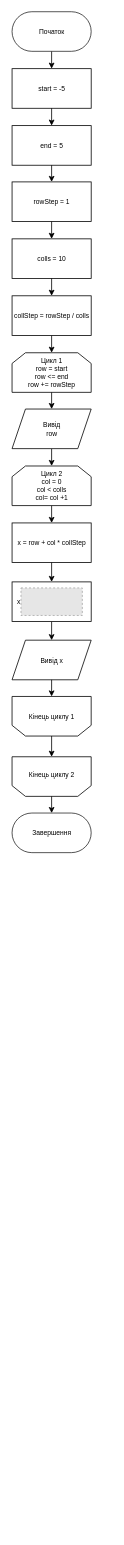
Before: Lab5/Блок-схема (завдання 5).drawio in Andrey-SD/MA-24, a draw.io diagram. Source tidied: cells renumbered, new cells numbered last; positions are measured from the earlier drawing's top-left corner, leaving out a move shared by most shapes. Both pictures are drawn from the tidied source at 67%, with x=0, y=0 at pixel (11, 11). Pictures stored in the file or linked from it are replaced by grey dashed boxes.
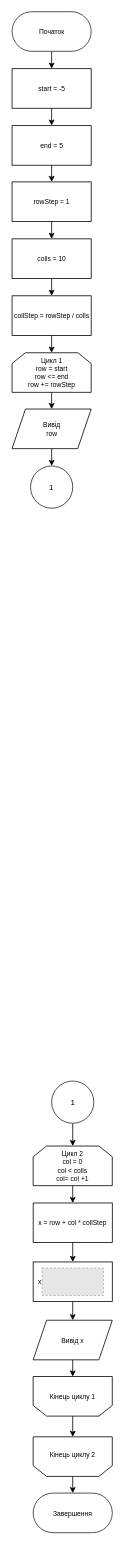
After the change.

The change refers to these unchanged cells:
```xml
<mxCell id="33" value="Вивід&lt;div&gt;&lt;span style=&quot;background-color: initial;&quot;&gt;row&lt;/span&gt;&lt;/div&gt;" style="shape=parallelogram;perimeter=parallelogramPerimeter;whiteSpace=wrap;html=1;fixedSize=1;strokeWidth=1.1810999999999998;strokeColor=#000000;fontSize=10;" parent="1" vertex="1">
  <mxGeometry x="0.5" y="593" width="118.1" height="59.1" as="geometry" />
</mxCell>
```

Change to the diagram source:
```diff
@@
     <mxCell id="4" value="Вивід x" style="shape=parallelogram;perimeter=parallelogramPerimeter;whiteSpace=wrap;html=1;fixedSize=1;strokeWidth=1.1810999999999998;strokeColor=#000000;fontSize=10;" parent="1" vertex="1">
-      <mxGeometry x="0.5" y="938" width="118.1" height="59.1" as="geometry" />
+      <mxGeometry x="32" y="1953" width="118.1" height="59.1" as="geometry" />
     </mxCell>
@@
-    <mxCell id="7" style="endArrow=classic;html=1;rounded=0;strokeWidth=1.1810999999999998;strokeColor=#000000;fontSize=10;" parent="1" edge="1" source="33" target="21">
-      <mxGeometry relative="1" as="geometry" />
+    <mxCell id="7" style="endArrow=classic;html=1;rounded=0;strokeWidth=1.1810999999999998;strokeColor=#000000;fontSize=10;" parent="1" edge="1" source="33">
+      <mxGeometry relative="1" as="geometry">
+        <mxPoint x="59.6" y="678" as="targetPoint" />
+      </mxGeometry>
     </mxCell>
@@
     <mxCell id="17" style="group;" parent="1" vertex="1">
-      <mxGeometry x="0.5" y="1022" width="118.1" height="59.1" as="geometry" />
+      <mxGeometry x="32" y="2037" width="118.1" height="59.1" as="geometry" />
     </mxCell>
@@
     <mxCell id="21" value="Цикл 2&lt;div&gt;col = 0&lt;/div&gt;&lt;div&gt;col &amp;lt; colls&lt;br&gt;&lt;/div&gt;&lt;div&gt;col= col +1&lt;br&gt;&lt;/div&gt;" style="shape=loopLimit;whiteSpace=wrap;html=1;strokeWidth=1.1810999999999998;strokeColor=#000000;fontSize=10;" parent="1" vertex="1">
-      <mxGeometry x="0.5" y="678" width="118.1" height="59.1" as="geometry" />
+      <mxGeometry x="32" y="1693" width="118.1" height="59.1" as="geometry" />
     </mxCell>
     <mxCell id="22" style="group;" parent="1" vertex="1">
-      <mxGeometry x="0.5" y="1112" width="118.2" height="59.1" as="geometry" />
+      <mxGeometry x="32" y="2127" width="118.2" height="59.1" as="geometry" />
     </mxCell>
@@
     <mxCell id="26" value="x = row + col * collStep" style="rounded=0;whiteSpace=wrap;html=1;strokeWidth=1.1810999999999998;strokeColor=#000000;fontSize=10;" parent="1" vertex="1">
-      <mxGeometry x="0.5" y="763" width="118.1" height="59.1" as="geometry" />
+      <mxGeometry x="32" y="1778" width="118.1" height="59.1" as="geometry" />
     </mxCell>
     <mxCell id="27" style="group;" parent="1" vertex="1">
-      <mxGeometry x="0.5" y="851" width="118.1" height="59.1" as="geometry" />
+      <mxGeometry x="32" y="1866" width="118.1" height="59.1" as="geometry" />
     </mxCell>
@@
     <mxCell id="35" value="&lt;span style=&quot;font-size: 10px;&quot;&gt;Завершення&lt;/span&gt;" style="rounded=1;whiteSpace=wrap;html=1;arcSize=50;" parent="1" vertex="1">
-      <mxGeometry x="0.5" y="1196" width="118.1" height="59.1" as="geometry" />
+      <mxGeometry x="32" y="2211" width="118.1" height="59.1" as="geometry" />
     </mxCell>
@@
+    <mxCell id="41" value="1" style="ellipse;whiteSpace=wrap;html=1;" parent="1" vertex="1">
+      <mxGeometry x="28.1" y="678" width="63" height="63" as="geometry" />
+    </mxCell>
+    <mxCell id="42" style="endArrow=classic;html=1;rounded=0;strokeWidth=1.1810999999999998;strokeColor=#000000;fontSize=10;" parent="1" edge="1" source="43" target="21">
+      <mxGeometry relative="1" as="geometry" />
+    </mxCell>
+    <mxCell id="43" value="1" style="ellipse;whiteSpace=wrap;html=1;" parent="1" vertex="1">
+      <mxGeometry x="59.6" y="1596" width="63" height="63" as="geometry" />
+    </mxCell>
```
